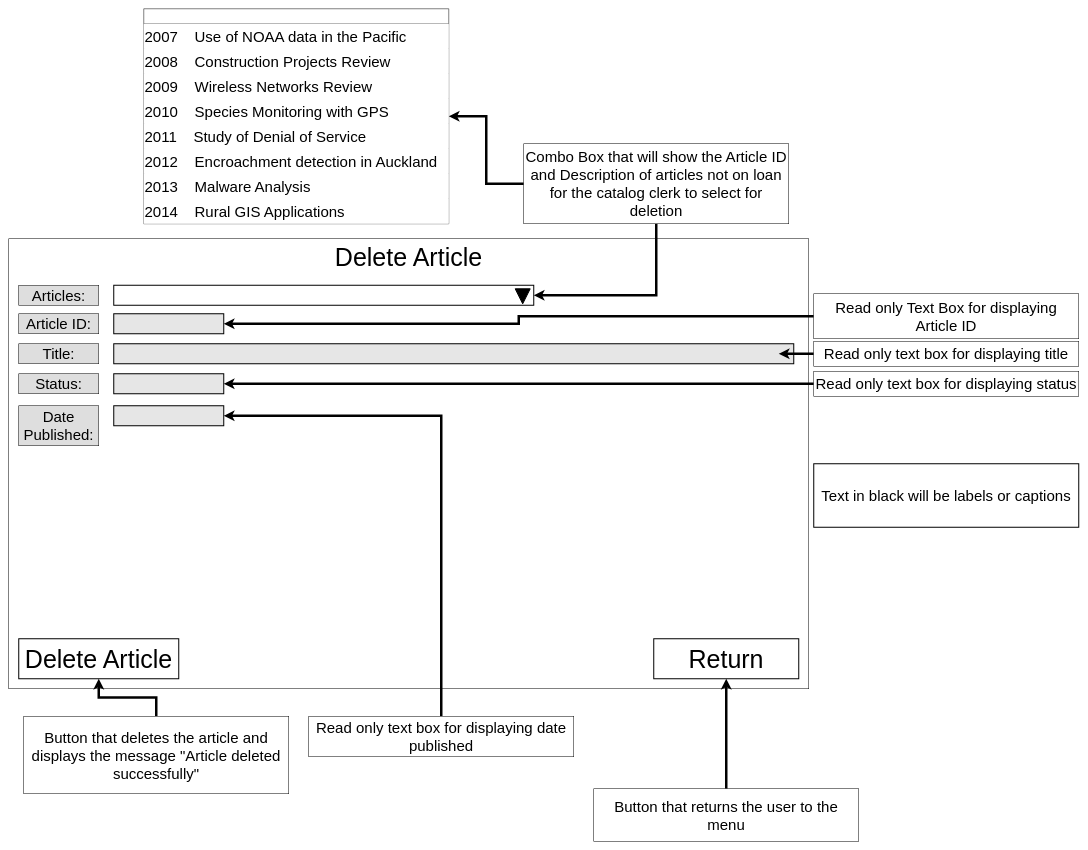
Above: DeleteArticle.drawio in guywhohasagun/5603ass2 (draw.io), before the change. Source tidied: cells renumbered, new cells numbered last; positions are measured from the earlier drawing's top-left corner, leaving out a move shared by most shapes. Both pictures are drawn from the tidied source at 50%, with x=0, y=0 at pixel (8, 8).
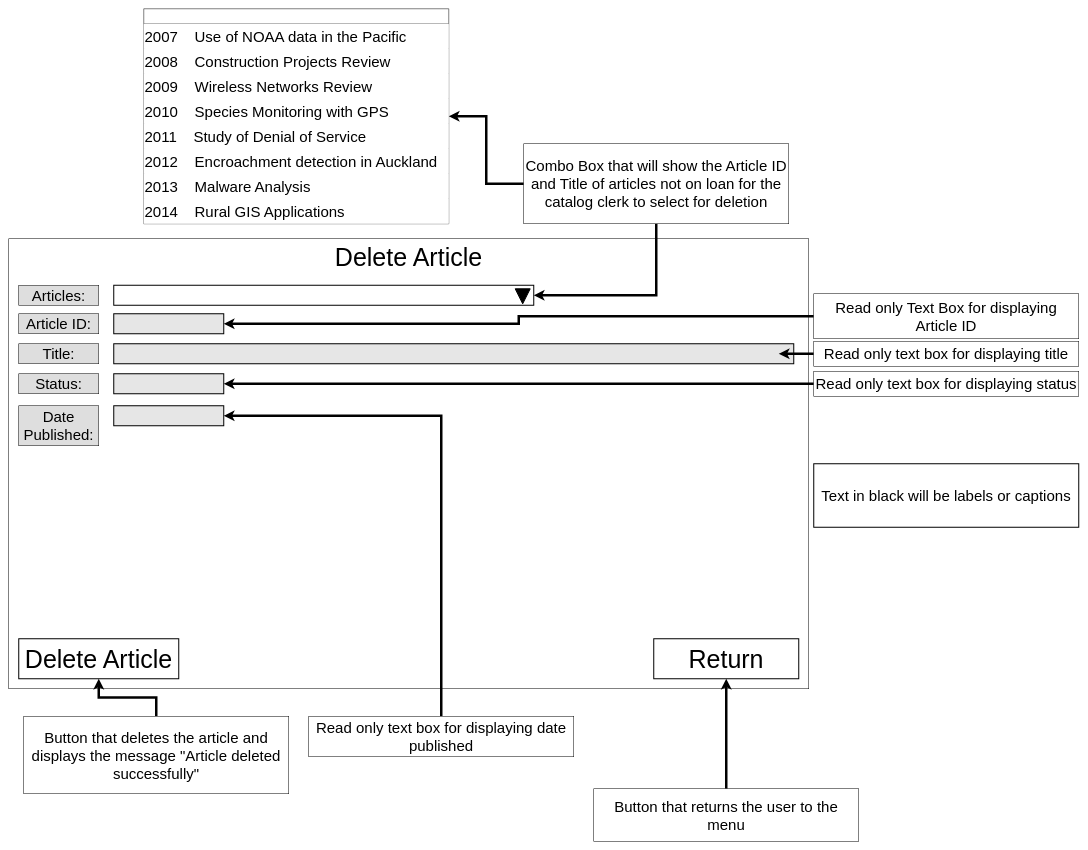
After the change.

Diff of the diagram source:
```diff
@@
-    <mxCell id="19" value="Combo Box that will show the Article ID and Description of articles not on loan for the catalog clerk to select for deletion" style="rounded=0;whiteSpace=wrap;html=1;fontSize=30;" parent="1" vertex="1">
+    <mxCell id="19" value="Combo Box that will show the Article ID and Title of articles not on loan for the catalog clerk to select for deletion" style="rounded=0;whiteSpace=wrap;html=1;fontSize=30;" parent="1" vertex="1">
       <mxGeometry x="1030" y="270" width="530" height="160" as="geometry" />
     </mxCell>
```
